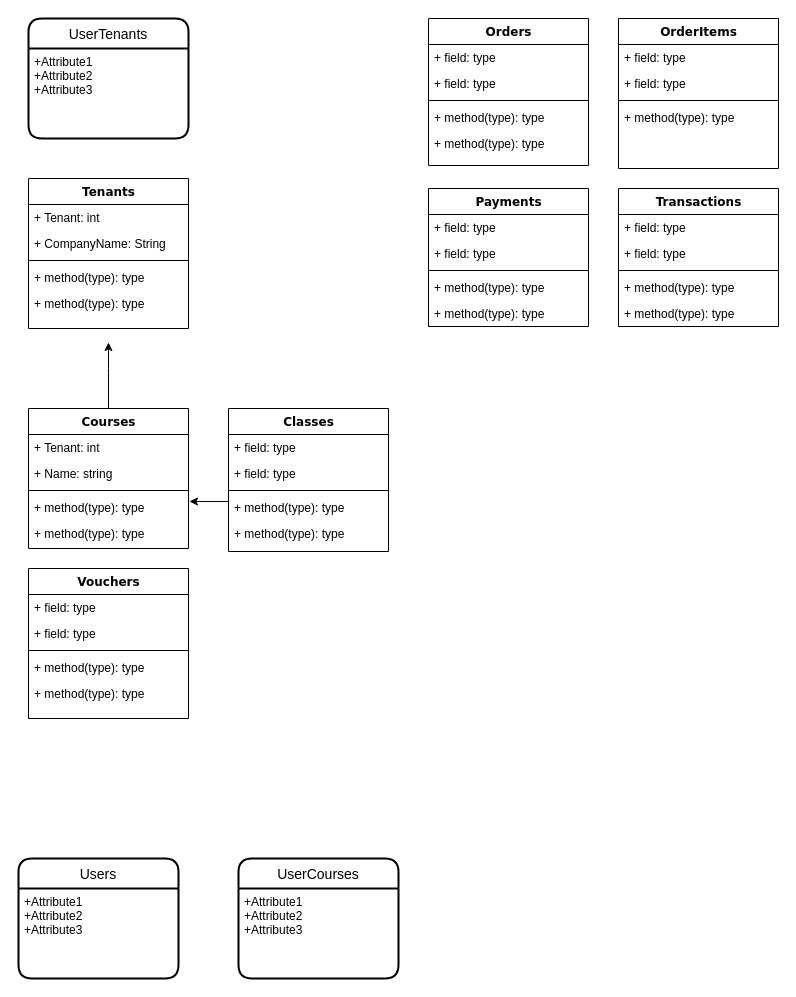
Before: CourseForAll.drawio in sonederbr/VernonDDD, a draw.io diagram. Source tidied: cells renumbered, new cells numbered last; positions are measured from the earlier drawing's top-left corner, leaving out a move shared by most shapes. Both pictures are drawn from the tidied source at 100%, with x=0, y=0 at pixel (18, 18).
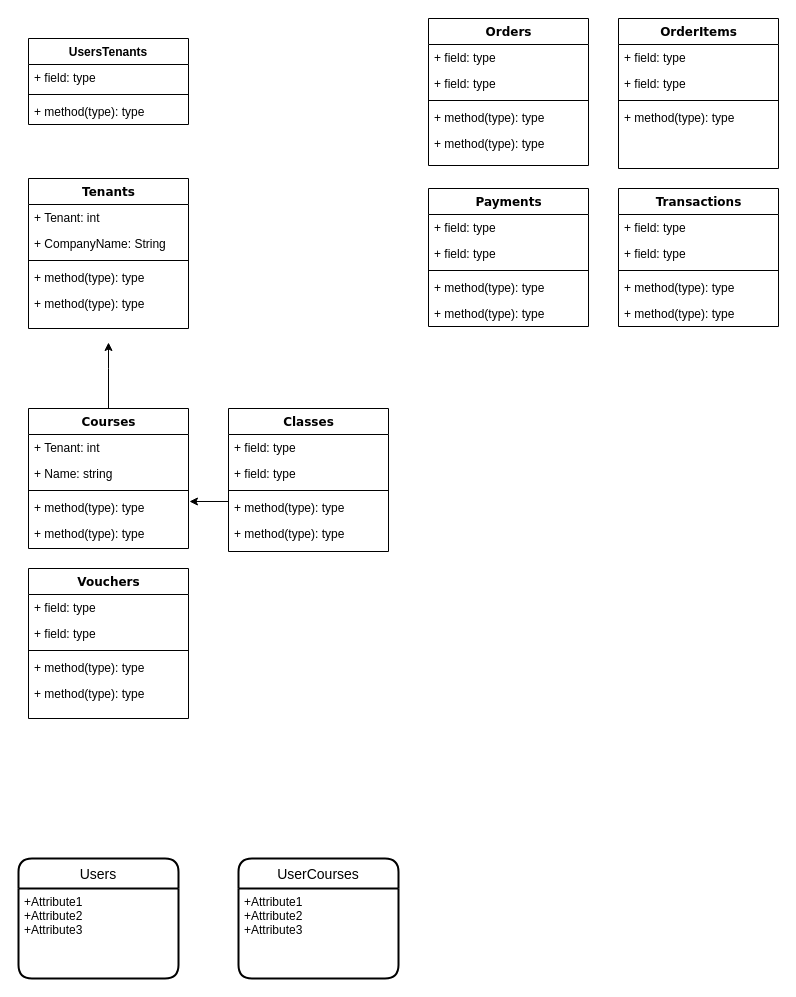
After the change.

Diff of the diagram source:
```diff
@@
-    <mxCell id="55" value="UserTenants" style="swimlane;horizontal=1;startSize=30;rounded=1;fontSize=14;fontStyle=0;strokeWidth=2;shadow=0;dashed=0;align=center;" parent="1" vertex="1">
-      <mxGeometry x="10" width="160" height="120" as="geometry" />
-    </mxCell>
-    <mxCell id="56" value="+Attribute1&#10;+Attribute2&#10;+Attribute3" style="align=left;strokeColor=none;fillColor=none;spacingLeft=4;fontSize=12;verticalAlign=top;" parent="55" vertex="1">
-      <mxGeometry y="30" width="160" height="90" as="geometry" />
-    </mxCell>
+    <mxCell id="57" value="UsersTenants" style="swimlane;fontStyle=1;align=center;verticalAlign=top;horizontal=1;startSize=26;" parent="1" vertex="1">
+      <mxGeometry x="10" y="20" width="160" height="86" as="geometry" />
+    </mxCell>
+    <mxCell id="58" value="+ field: type" style="text;strokeColor=none;fillColor=none;align=left;verticalAlign=top;spacingLeft=4;spacingRight=4;overflow=hidden;" parent="57" vertex="1">
+      <mxGeometry y="26" width="160" height="26" as="geometry" />
+    </mxCell>
+    <mxCell id="59" style="line;strokeWidth=1;fillColor=none;align=left;verticalAlign=middle;spacingTop=-1;spacingLeft=3;spacingRight=3;labelPosition=right;" parent="57" vertex="1">
+      <mxGeometry y="52" width="160" height="8" as="geometry" />
+    </mxCell>
+    <mxCell id="60" value="+ method(type): type" style="text;strokeColor=none;fillColor=none;align=left;verticalAlign=top;spacingLeft=4;spacingRight=4;overflow=hidden;" parent="57" vertex="1">
+      <mxGeometry y="60" width="160" height="26" as="geometry" />
+    </mxCell>
```
